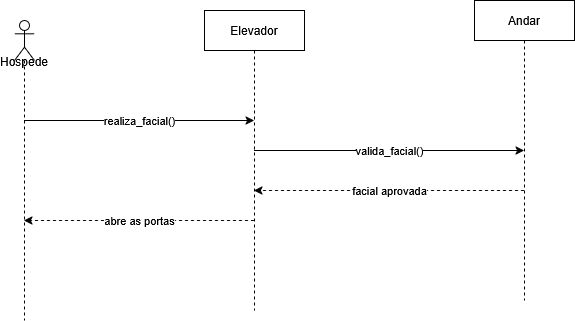
This is Diagramas/Sequência/imagens/reconhecimento_facial_UC02.drawio.png from HenriqueFinatti/Modelagem_De_Software_Projeto_2, a draw.io export, as it was before one commit. Source tidied: cells renumbered, new cells last; positions are measured from the earlier drawing's top-left corner, leaving out a move shared by most shapes.
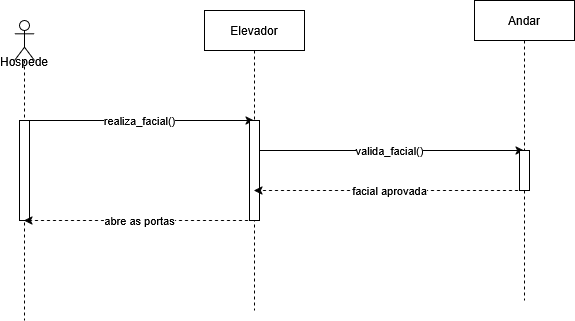
Above is the later version.

Change to the diagram source:
```diff
@@ -13,6 +13,9 @@
     <mxCell id="3" value="&lt;div&gt;&lt;br&gt;&lt;/div&gt;&lt;div&gt;&lt;br&gt;&lt;/div&gt;&lt;div&gt;&lt;br&gt;&lt;/div&gt;&lt;div&gt;Hospede&lt;/div&gt;" style="shape=umlLifeline;perimeter=lifelinePerimeter;whiteSpace=wrap;html=1;outlineConnect=0;portConstraint=eastwest;newEdgeStyle={&quot;curved&quot;:0,&quot;rounded&quot;:0};participant=umlActor;" parent="1" vertex="1">
       <mxGeometry y="20" width="20" height="300" as="geometry" />
     </mxCell>
+    <mxCell id="9" style="html=1;perimeter=orthogonalPerimeter;targetShapes=umlLifeline;newEdgeStyle={&quot;curved&quot;:0,&quot;rounded&quot;:0};" parent="3" vertex="1">
+      <mxGeometry x="5" y="100" width="10" height="100" as="geometry" />
+    </mxCell>
     <mxCell id="4" value="valida_facial()" style="edgeStyle=orthogonalEdgeStyle;rounded=0;jettySize=auto;html=1;curved=0;" parent="1" edge="1" source="6" target="8">
       <mxGeometry relative="1" as="geometry">
         <Array as="points">
@@ -32,6 +35,9 @@
     <mxCell id="6" value="Elevador" style="shape=umlLifeline;perimeter=lifelinePerimeter;whiteSpace=wrap;html=1;outlineConnect=0;portConstraint=eastwest;newEdgeStyle={&quot;curved&quot;:0,&quot;rounded&quot;:0};" parent="1" vertex="1">
       <mxGeometry x="190" y="10" width="100" height="300" as="geometry" />
     </mxCell>
+    <mxCell id="10" style="html=1;perimeter=orthogonalPerimeter;targetShapes=umlLifeline;newEdgeStyle={&quot;curved&quot;:0,&quot;rounded&quot;:0};" parent="6" vertex="1">
+      <mxGeometry x="45" y="110" width="10" height="100" as="geometry" />
+    </mxCell>
     <mxCell id="7" value="facial aprovada" style="edgeStyle=orthogonalEdgeStyle;rounded=0;jettySize=auto;html=1;curved=0;dashed=1;" parent="1" edge="1" source="8" target="6">
       <mxGeometry relative="1" as="geometry">
         <Array as="points">
@@ -43,5 +49,8 @@
     <mxCell id="8" value="Andar" style="shape=umlLifeline;perimeter=lifelinePerimeter;whiteSpace=wrap;html=1;outlineConnect=0;portConstraint=eastwest;newEdgeStyle={&quot;curved&quot;:0,&quot;rounded&quot;:0};" parent="1" vertex="1">
       <mxGeometry x="460" width="100" height="300" as="geometry" />
     </mxCell>
+    <mxCell id="11" style="html=1;perimeter=orthogonalPerimeter;targetShapes=umlLifeline;newEdgeStyle={&quot;curved&quot;:0,&quot;rounded&quot;:0};" parent="8" vertex="1">
+      <mxGeometry x="45" y="150" width="10" height="40" as="geometry" />
+    </mxCell>
   </root>
 </mxGraphModel>
```
